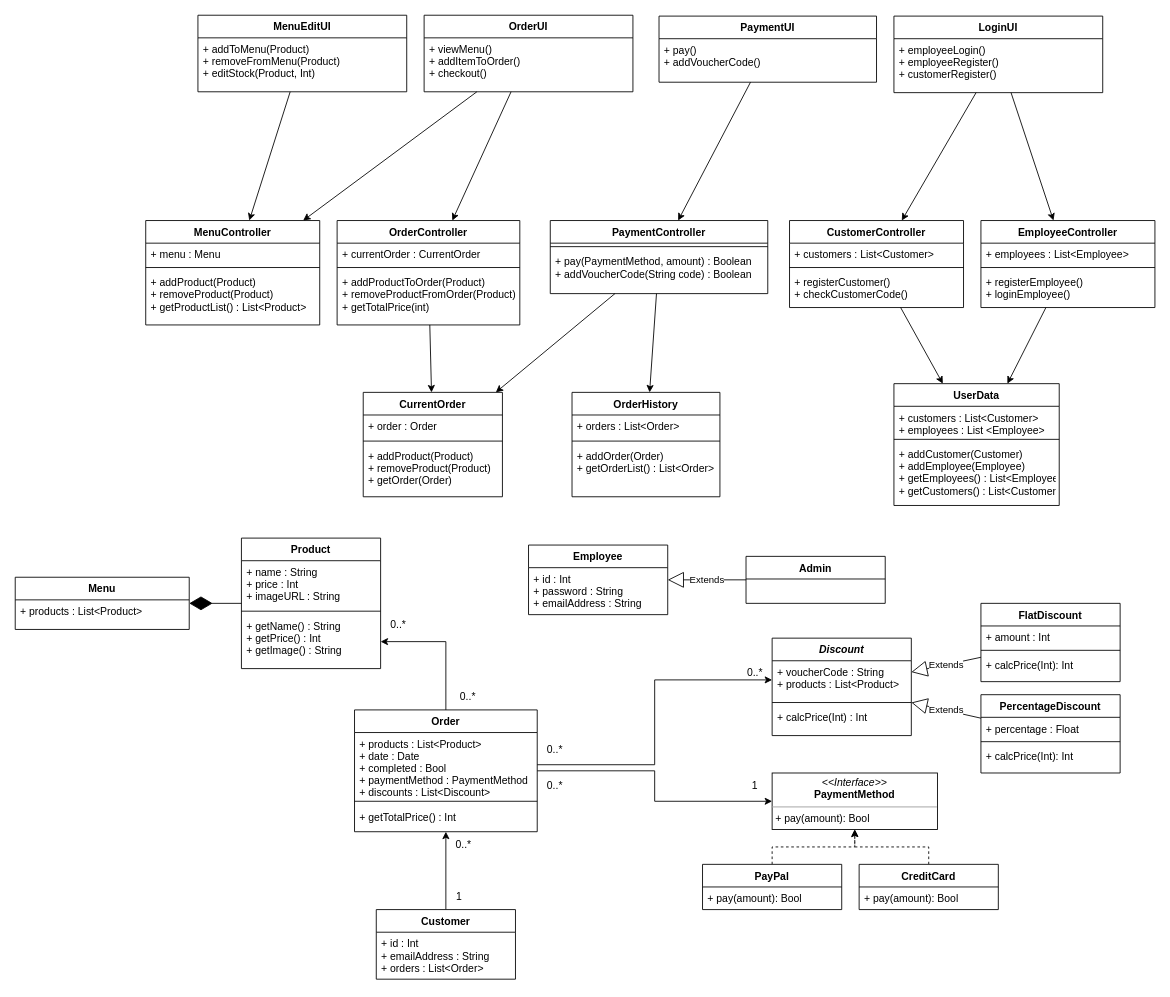
QuinnPainter/CS4125 keeps this draw.io diagram as conceptualclass.drawio. Above is the earlier version. Source tidied: cells renumbered, new cells numbered last; positions are measured from the earlier drawing's top-left corner, leaving out a move shared by most shapes. Both pictures are drawn from the tidied source at 87%, with x=0, y=0 at pixel (15, 15).
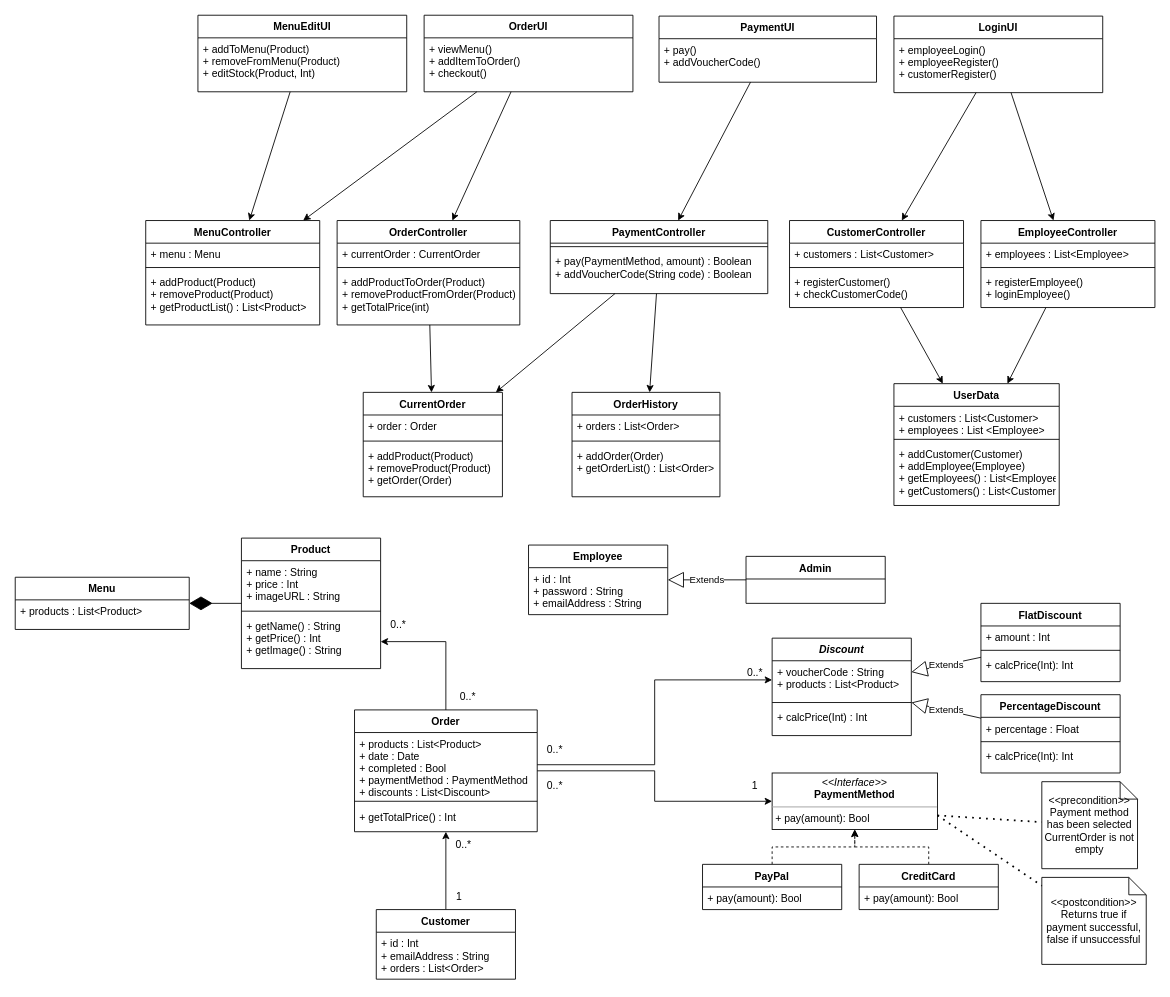
The same diagram, later.

Commit message:
Add pre and post conditions to ccd

The change refers to these unchanged cells:
```xml
<mxCell id="11" value="&lt;p style=&quot;margin:0px;margin-top:4px;text-align:center;&quot;&gt;&lt;i&gt;&amp;lt;&amp;lt;Interface&amp;gt;&amp;gt;&lt;/i&gt;&lt;br&gt;&lt;b&gt;PaymentMethod&lt;/b&gt;&lt;/p&gt;&lt;hr size=&quot;1&quot;&gt;&lt;p style=&quot;margin:0px;margin-left:4px;&quot;&gt;+ pay(amount): Bool&lt;/p&gt;" style="verticalAlign=top;align=left;overflow=fill;fontSize=12;fontFamily=Helvetica;html=1;" parent="1" vertex="1">
  <mxGeometry x="870" y="871" width="190" height="65" as="geometry" />
</mxCell>
```

Change to the diagram source:
```diff
@@
+    <mxCell id="102" value="&amp;lt;&amp;lt;precondition&amp;gt;&amp;gt;&lt;br&gt;Payment method has been selected&lt;br&gt;CurrentOrder is not empty" style="shape=note;size=20;whiteSpace=wrap;html=1;" parent="1" vertex="1">
+      <mxGeometry x="1180" y="881" width="110" height="100" as="geometry" />
+    </mxCell>
+    <mxCell id="103" value="&amp;lt;&amp;lt;postcondition&amp;gt;&amp;gt;&lt;br&gt;Returns true if payment successful, false if unsuccessful" style="shape=note;size=20;whiteSpace=wrap;html=1;" parent="1" vertex="1">
+      <mxGeometry x="1180" y="991" width="120" height="100" as="geometry" />
+    </mxCell>
+    <mxCell id="104" style="endArrow=none;dashed=1;html=1;dashPattern=1 3;strokeWidth=2;rounded=0;exitX=1;exitY=0.75;exitDx=0;exitDy=0;" parent="1" edge="1" source="11" target="102">
+      <mxGeometry relative="1" as="geometry" />
+    </mxCell>
+    <mxCell id="105" style="endArrow=none;dashed=1;html=1;dashPattern=1 3;strokeWidth=2;rounded=0;exitX=1;exitY=0.75;exitDx=0;exitDy=0;" parent="1" edge="1" source="11" target="103">
+      <mxGeometry relative="1" as="geometry" />
+    </mxCell>
```
